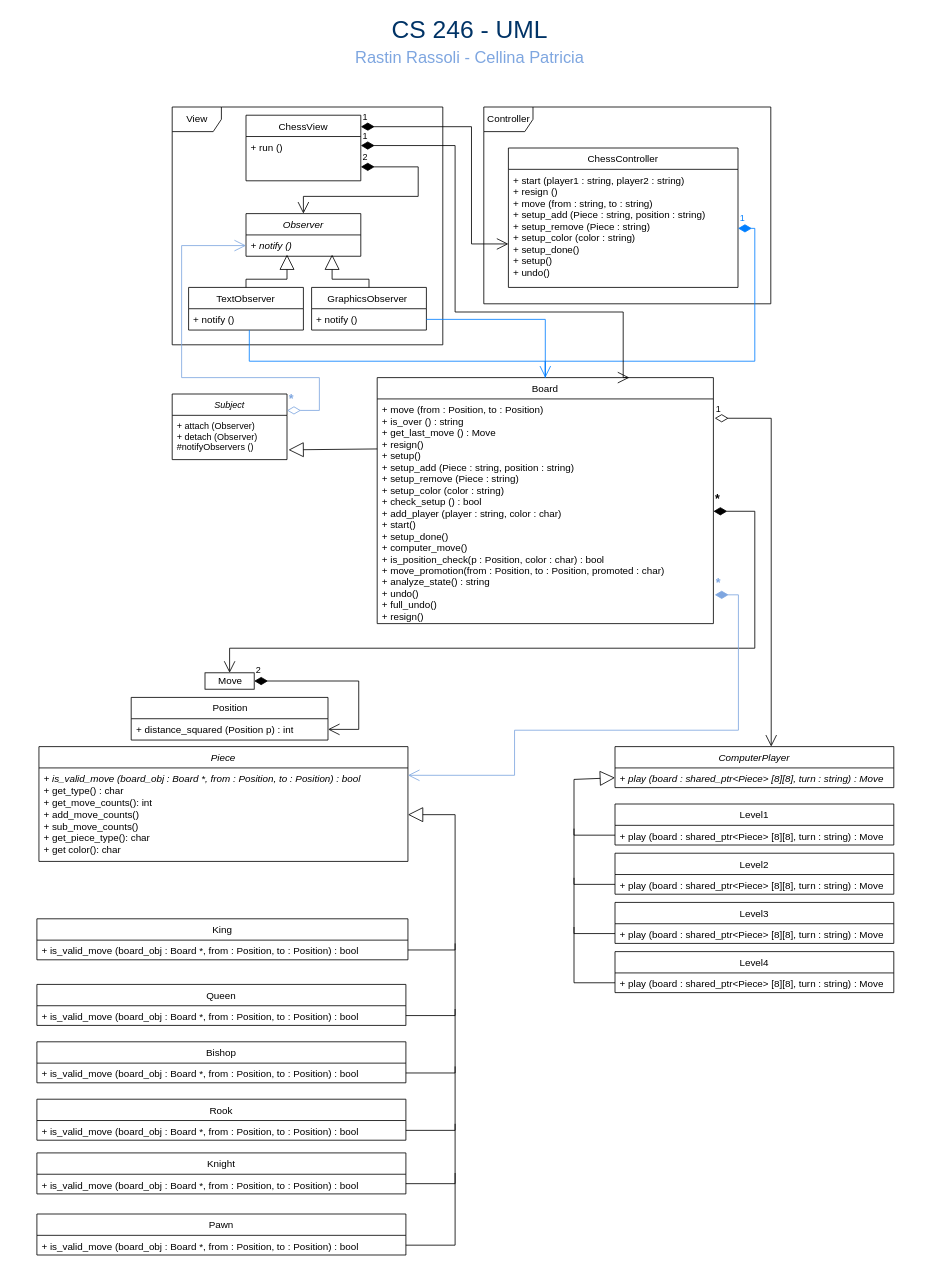
The draw.io diagram ChessUML.drawio in rastin1379/CS_246_Project, before the edit. Source tidied: cells renumbered, new cells numbered last; positions are measured from the earlier drawing's top-left corner, leaving out a move shared by most shapes. Both pictures are drawn from the tidied source at 82%, with x=0, y=0 at pixel (37, 16).
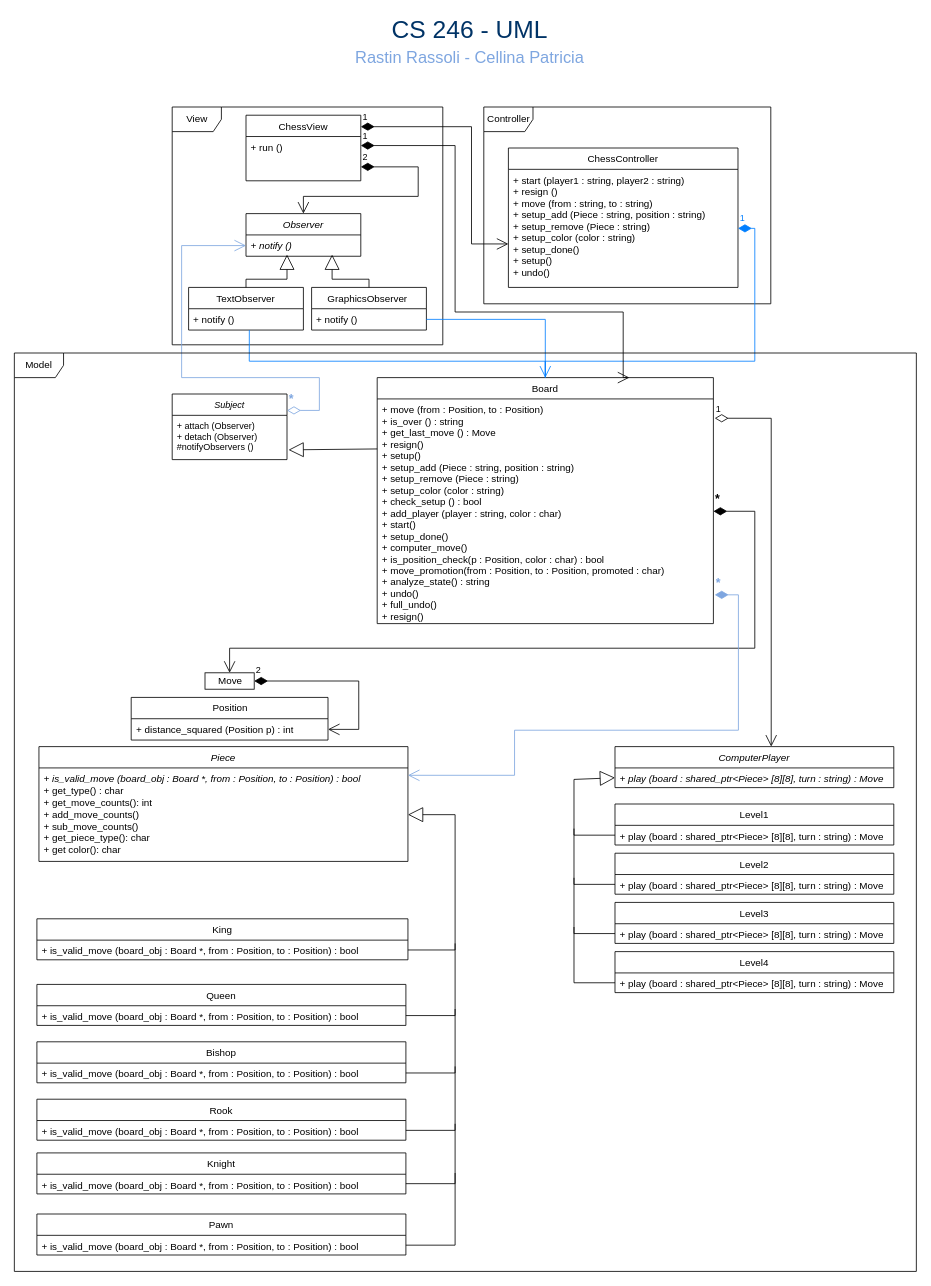
The same diagram, later.

Change to the diagram source:
```diff
@@
+    <mxCell id="71" value="Model" style="shape=umlFrame;whiteSpace=wrap;html=1;fontColor=#000000;" parent="1" vertex="1">
+      <mxGeometry x="-28" y="410" width="1100" height="1120" as="geometry" />
+    </mxCell>
```
